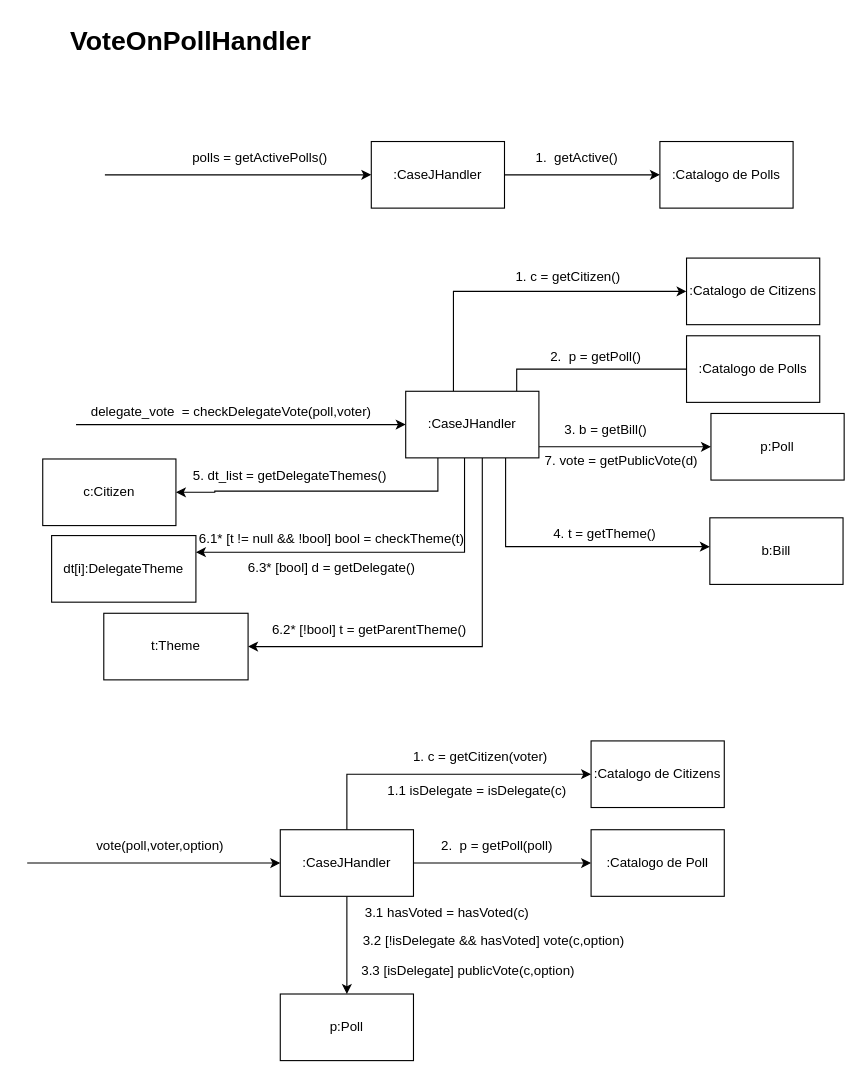
thiagottvd/democracia2 keeps this draw.io diagram as page "Page-7" (7 of 8) of docs/IDs.drawio. Above is the earlier version. Source tidied: cells renumbered, new cells numbered last; positions are measured from the earlier drawing's top-left corner, leaving out a move shared by most shapes. Both pictures are drawn from the tidied source at 111%, with x=0, y=0 at pixel (27, 19).
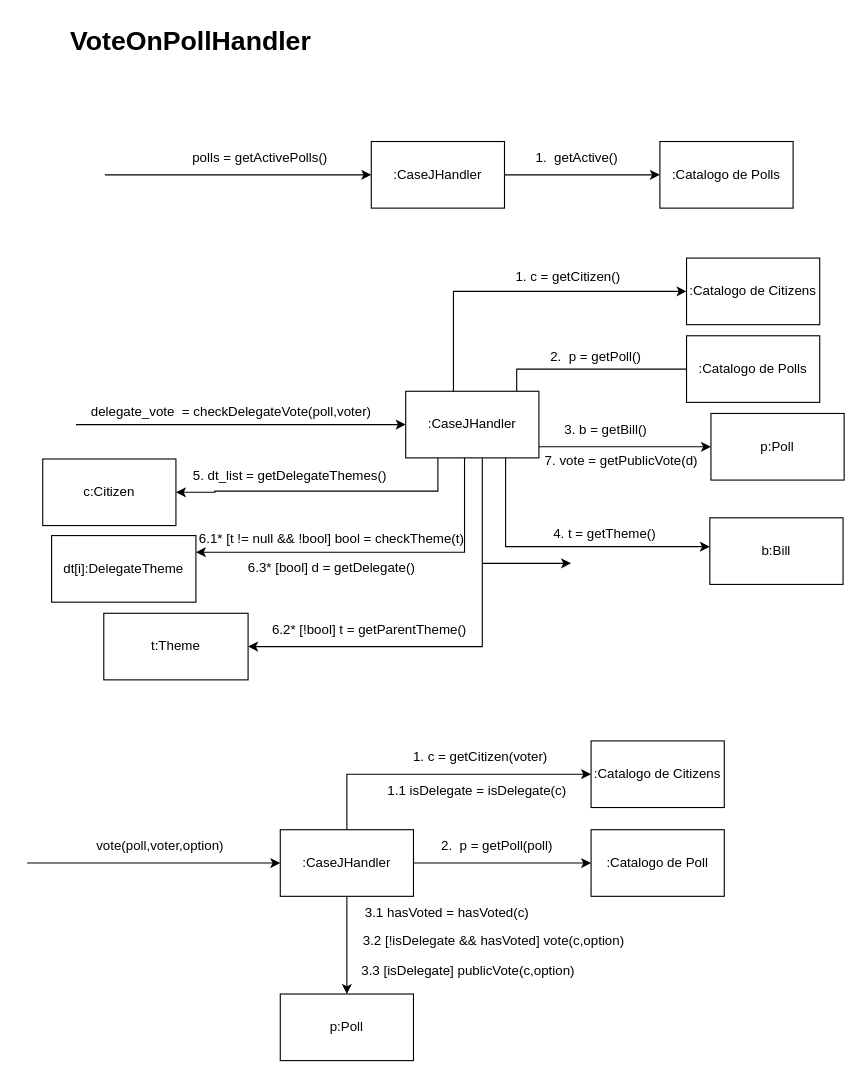
The same page after the edit.

Commit message (it also covers changes not shown here):
Update to Catalogs and DTOs

The edit, as a diff of the source:
```diff
@@
+    <mxCell id="50" style="edgeStyle=none;orthogonalLoop=1;jettySize=auto;html=1;rounded=0;" parent="1" edge="1">
+      <mxGeometry relative="1" as="geometry">
+        <mxPoint x="410" y="490" as="sourcePoint" />
+        <mxPoint x="490" y="490" as="targetPoint" />
+      </mxGeometry>
+    </mxCell>
```
